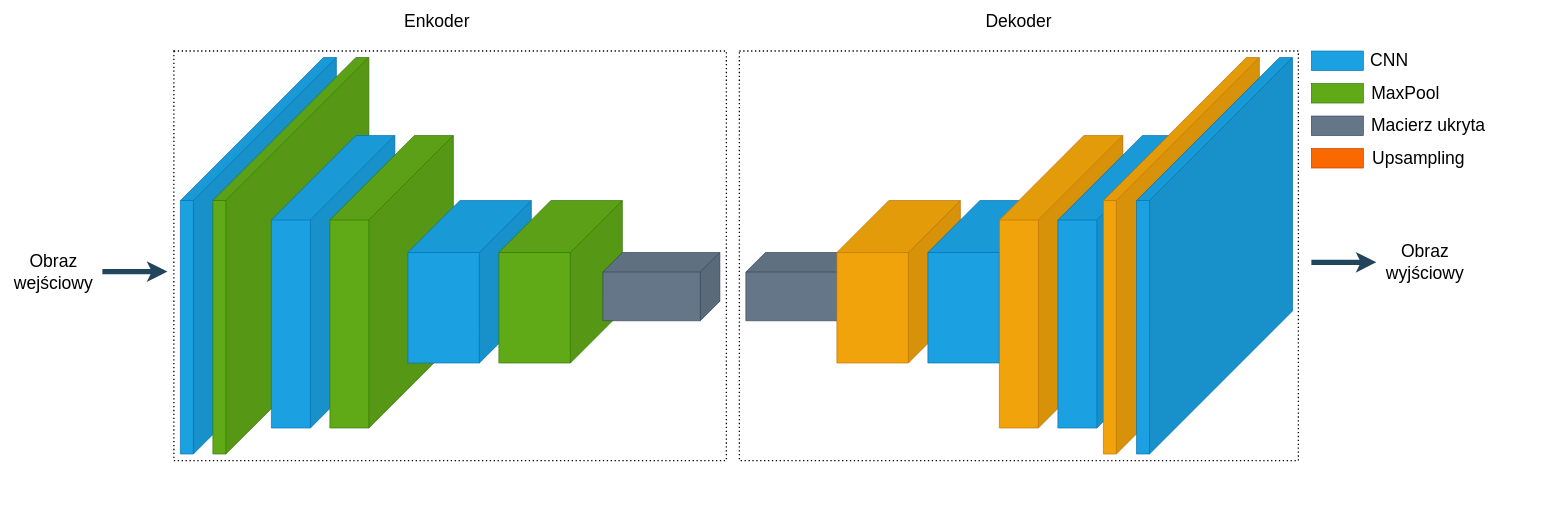
Above: Diagram bez tytułu.drawio in szymciem8/Analysis-of-thyroid-US-images-with-ML (draw.io), before the change. Source tidied: cells renumbered, new cells numbered last; positions are measured from the earlier drawing's top-left corner, leaving out a move shared by most shapes. Both pictures are drawn from the tidied source at 65%, with x=0, y=0 at pixel (11, 12).
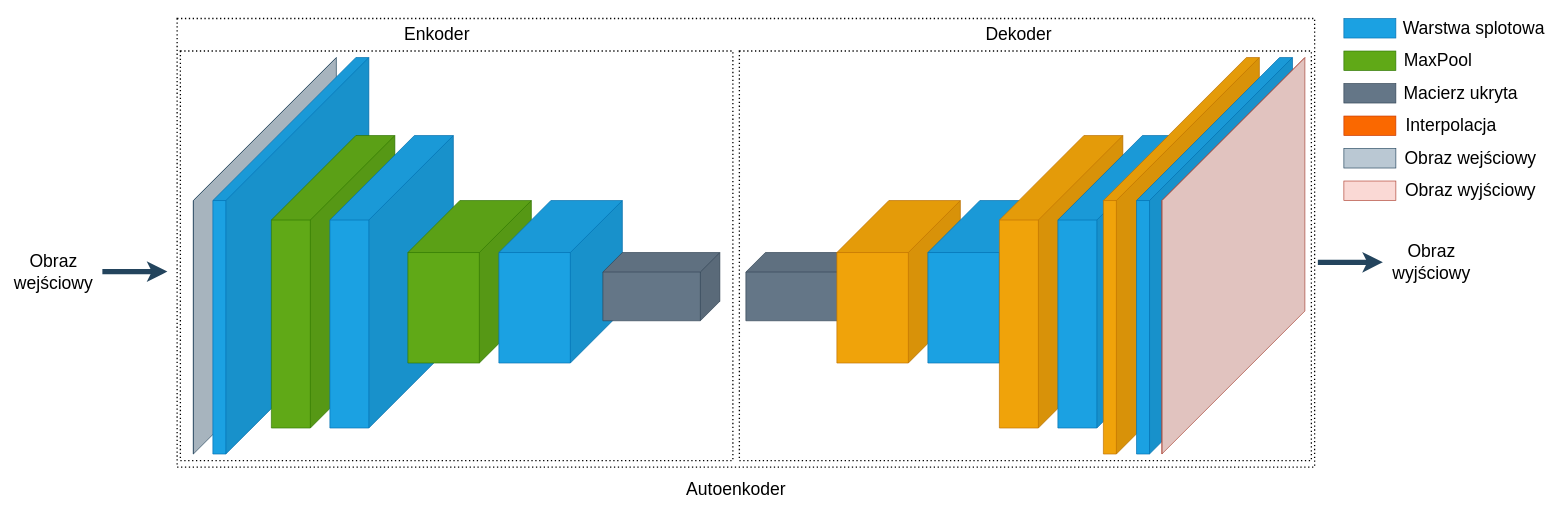
Above is the later version.

Change to the diagram source:
```diff
@@
-    <mxCell id="2" style="shape=cube;whiteSpace=wrap;html=1;boundedLbl=1;backgroundOutline=1;darkOpacity=0.05;darkOpacity2=0.1;direction=east;flipH=1;size=220;labelBackgroundColor=none;fillColor=#1ba1e2;strokeColor=#006EAF;fontColor=#ffffff;" parent="1" vertex="1">
-      <mxGeometry x="260" y="70" width="240" height="610" as="geometry" />
+    <mxCell id="2" style="shape=cube;whiteSpace=wrap;html=1;boundedLbl=1;backgroundOutline=1;darkOpacity=0.05;darkOpacity2=0.1;direction=east;flipH=1;size=220;labelBackgroundColor=none;fillColor=#bac8d3;strokeColor=#23445d;" parent="1" vertex="1">
+      <mxGeometry x="280" y="70" width="220" height="610" as="geometry" />
     </mxCell>
-    <mxCell id="3" style="shape=cube;whiteSpace=wrap;html=1;boundedLbl=1;backgroundOutline=1;darkOpacity=0.05;darkOpacity2=0.1;direction=east;flipH=1;size=220;labelBackgroundColor=none;fillColor=#60a917;strokeColor=#2D7600;fontColor=#ffffff;" parent="1" vertex="1">
+    <mxCell id="3" style="shape=cube;whiteSpace=wrap;html=1;boundedLbl=1;backgroundOutline=1;darkOpacity=0.05;darkOpacity2=0.1;direction=east;flipH=1;size=220;labelBackgroundColor=none;fillColor=#1ba1e2;strokeColor=#006EAF;fontColor=#ffffff;" parent="1" vertex="1">
       <mxGeometry x="310" y="70" width="240" height="610" as="geometry" />
     </mxCell>
-    <mxCell id="4" style="shape=cube;whiteSpace=wrap;html=1;boundedLbl=1;backgroundOutline=1;darkOpacity=0.05;darkOpacity2=0.1;direction=east;flipH=1;size=130;labelBackgroundColor=none;fillColor=#1ba1e2;strokeColor=#006EAF;fontColor=#ffffff;" parent="1" vertex="1">
+    <mxCell id="4" style="shape=cube;whiteSpace=wrap;html=1;boundedLbl=1;backgroundOutline=1;darkOpacity=0.05;darkOpacity2=0.1;direction=east;flipH=1;size=130;labelBackgroundColor=none;fillColor=#60a917;strokeColor=#2D7600;fontColor=#ffffff;" parent="1" vertex="1">
       <mxGeometry x="400" y="190" width="190" height="450" as="geometry" />
     </mxCell>
-    <mxCell id="5" style="shape=cube;whiteSpace=wrap;html=1;boundedLbl=1;backgroundOutline=1;darkOpacity=0.05;darkOpacity2=0.1;direction=east;flipH=1;size=130;labelBackgroundColor=none;fillColor=#60a917;strokeColor=#2D7600;fontColor=#ffffff;" parent="1" vertex="1">
+    <mxCell id="5" style="shape=cube;whiteSpace=wrap;html=1;boundedLbl=1;backgroundOutline=1;darkOpacity=0.05;darkOpacity2=0.1;direction=east;flipH=1;size=130;labelBackgroundColor=none;fillColor=#1ba1e2;strokeColor=#006EAF;fontColor=#ffffff;" parent="1" vertex="1">
       <mxGeometry x="490" y="190" width="190" height="450" as="geometry" />
     </mxCell>
-    <mxCell id="6" style="shape=cube;whiteSpace=wrap;html=1;boundedLbl=1;backgroundOutline=1;darkOpacity=0.05;darkOpacity2=0.1;direction=east;flipH=1;size=80;labelBackgroundColor=none;fillColor=#1ba1e2;strokeColor=#006EAF;fontColor=#ffffff;" parent="1" vertex="1">
+    <mxCell id="6" style="shape=cube;whiteSpace=wrap;html=1;boundedLbl=1;backgroundOutline=1;darkOpacity=0.05;darkOpacity2=0.1;direction=east;flipH=1;size=80;labelBackgroundColor=none;fillColor=#60a917;strokeColor=#2D7600;fontColor=#ffffff;" parent="1" vertex="1">
       <mxGeometry x="610" y="290" width="190" height="250" as="geometry" />
     </mxCell>
-    <mxCell id="7" style="shape=cube;whiteSpace=wrap;html=1;boundedLbl=1;backgroundOutline=1;darkOpacity=0.05;darkOpacity2=0.1;direction=east;flipH=1;size=80;labelBackgroundColor=none;fillColor=#60a917;strokeColor=#2D7600;fontColor=#ffffff;" parent="1" vertex="1">
+    <mxCell id="7" style="shape=cube;whiteSpace=wrap;html=1;boundedLbl=1;backgroundOutline=1;darkOpacity=0.05;darkOpacity2=0.1;direction=east;flipH=1;size=80;labelBackgroundColor=none;fillColor=#1ba1e2;strokeColor=#006EAF;fontColor=#ffffff;" parent="1" vertex="1">
       <mxGeometry x="750" y="290" width="190" height="250" as="geometry" />
     </mxCell>
@@
     <mxCell id="17" style="rounded=0;whiteSpace=wrap;html=1;strokeColor=#000000;fontColor=#FFFFFF;fillColor=none;strokeWidth=2;dashed=1;dashPattern=1 2;" parent="1" vertex="1">
-      <mxGeometry x="1120" y="60" width="860" height="630" as="geometry" />
+      <mxGeometry x="1120" y="60" width="880" height="630" as="geometry" />
     </mxCell>
     <mxCell id="18" style="rounded=0;whiteSpace=wrap;html=1;strokeColor=#000000;fontColor=#FFFFFF;fillColor=none;strokeWidth=2;dashed=1;dashPattern=1 2;" parent="1" vertex="1">
-      <mxGeometry x="250" y="60" width="850" height="630" as="geometry" />
+      <mxGeometry x="260" y="60" width="850" height="630" as="geometry" />
     </mxCell>
@@
     <mxCell id="20" value="&lt;font style=&quot;font-size: 27px;&quot; color=&quot;#000000&quot;&gt;Enkoder&lt;/font&gt;" style="text;html=1;strokeColor=none;fillColor=none;align=center;verticalAlign=middle;whiteSpace=wrap;rounded=0;fontColor=#FFFFFF;" parent="1" vertex="1">
-      <mxGeometry x="590" width="130" height="30" as="geometry" />
+      <mxGeometry x="590" y="20" width="130" height="30" as="geometry" />
     </mxCell>
     <mxCell id="21" value="&lt;font style=&quot;font-size: 27px;&quot; color=&quot;#000000&quot;&gt;Dekoder&lt;/font&gt;" style="text;html=1;strokeColor=none;fillColor=none;align=center;verticalAlign=middle;whiteSpace=wrap;rounded=0;fontColor=#FFFFFF;" parent="1" vertex="1">
-      <mxGeometry x="1485" width="130" height="30" as="geometry" />
+      <mxGeometry x="1485" y="20" width="130" height="30" as="geometry" />
     </mxCell>
@@
     <mxCell id="23" value="&lt;font style=&quot;font-size: 27px;&quot; color=&quot;#000000&quot;&gt;Obraz wyjściowy&lt;/font&gt;" style="text;html=1;strokeColor=none;fillColor=none;align=center;verticalAlign=middle;whiteSpace=wrap;rounded=0;fontColor=#FFFFFF;" parent="1" vertex="1">
-      <mxGeometry x="2110" y="370" width="130" height="30" as="geometry" />
+      <mxGeometry x="2120" y="370" width="130" height="30" as="geometry" />
     </mxCell>
@@
     <mxCell id="26" style="endArrow=classic;html=1;rounded=0;strokeColor=#23445D;strokeWidth=8;" parent="1" edge="1">
       <mxGeometry relative="1" as="geometry">
-        <mxPoint x="2000" y="385" as="sourcePoint" />
-        <mxPoint x="2100" y="385" as="targetPoint" />
+        <mxPoint x="2010" y="385" as="sourcePoint" />
+        <mxPoint x="2110" y="385" as="targetPoint" />
       </mxGeometry>
     </mxCell>
     <mxCell id="27" style="rounded=0;whiteSpace=wrap;html=1;strokeColor=#006EAF;fontColor=#ffffff;fillColor=#1ba1e2;" parent="1" vertex="1">
-      <mxGeometry x="2000" y="60" width="80" height="30" as="geometry" />
+      <mxGeometry x="2050" y="10" width="80" height="30" as="geometry" />
     </mxCell>
-    <mxCell id="28" value="&lt;font style=&quot;font-size: 27px;&quot; color=&quot;#000000&quot;&gt;CNN&lt;/font&gt;" style="text;html=1;strokeColor=none;fillColor=none;align=center;verticalAlign=middle;whiteSpace=wrap;rounded=0;fontColor=#FFFFFF;" parent="1" vertex="1">
-      <mxGeometry x="2080" y="60" width="80" height="30" as="geometry" />
+    <mxCell id="28" value="&lt;font color=&quot;#000000&quot;&gt;&lt;span style=&quot;font-size: 27px;&quot;&gt;Warstwa splotowa&lt;/span&gt;&lt;/font&gt;" style="text;html=1;strokeColor=none;fillColor=none;align=center;verticalAlign=middle;whiteSpace=wrap;rounded=0;fontColor=#FFFFFF;" parent="1" vertex="1">
+      <mxGeometry x="2130" y="10" width="240" height="30" as="geometry" />
     </mxCell>
     <mxCell id="29" style="rounded=0;whiteSpace=wrap;html=1;strokeColor=#2D7600;fontColor=#ffffff;fillColor=#60a917;" parent="1" vertex="1">
-      <mxGeometry x="2000" y="110" width="80" height="30" as="geometry" />
+      <mxGeometry x="2050" y="60" width="80" height="30" as="geometry" />
     </mxCell>
     <mxCell id="30" value="&lt;font style=&quot;font-size: 27px;&quot; color=&quot;#000000&quot;&gt;MaxPool&lt;/font&gt;" style="text;html=1;strokeColor=none;fillColor=none;align=center;verticalAlign=middle;whiteSpace=wrap;rounded=0;fontColor=#FFFFFF;" parent="1" vertex="1">
-      <mxGeometry x="2080" y="110" width="130" height="30" as="geometry" />
+      <mxGeometry x="2130" y="60" width="130" height="30" as="geometry" />
     </mxCell>
     <mxCell id="31" style="rounded=0;whiteSpace=wrap;html=1;strokeColor=#314354;fontColor=#ffffff;fillColor=#647687;" parent="1" vertex="1">
-      <mxGeometry x="2000" y="160" width="80" height="30" as="geometry" />
+      <mxGeometry x="2050" y="110" width="80" height="30" as="geometry" />
     </mxCell>
     <mxCell id="32" value="&lt;font style=&quot;font-size: 27px;&quot; color=&quot;#000000&quot;&gt;Macierz ukryta&lt;/font&gt;" style="text;html=1;strokeColor=none;fillColor=none;align=center;verticalAlign=middle;whiteSpace=wrap;rounded=0;fontColor=#FFFFFF;" parent="1" vertex="1">
-      <mxGeometry x="2080" y="160" width="200" height="30" as="geometry" />
+      <mxGeometry x="2130" y="110" width="200" height="30" as="geometry" />
     </mxCell>
     <mxCell id="33" style="rounded=0;whiteSpace=wrap;html=1;strokeColor=#C73500;fontColor=#000000;fillColor=#fa6800;" parent="1" vertex="1">
-      <mxGeometry x="2000" y="210" width="80" height="30" as="geometry" />
+      <mxGeometry x="2050" y="160" width="80" height="30" as="geometry" />
     </mxCell>
-    <mxCell id="34" value="&lt;font style=&quot;font-size: 27px;&quot; color=&quot;#000000&quot;&gt;Upsampling&lt;/font&gt;" style="text;html=1;strokeColor=none;fillColor=none;align=center;verticalAlign=middle;whiteSpace=wrap;rounded=0;fontColor=#FFFFFF;" parent="1" vertex="1">
-      <mxGeometry x="2080" y="210" width="170" height="30" as="geometry" />
+    <mxCell id="34" value="&lt;font style=&quot;font-size: 27px;&quot; color=&quot;#000000&quot;&gt;Interpolacja&lt;/font&gt;" style="text;html=1;strokeColor=none;fillColor=none;align=center;verticalAlign=middle;whiteSpace=wrap;rounded=0;fontColor=#FFFFFF;" parent="1" vertex="1">
+      <mxGeometry x="2130" y="160" width="170" height="30" as="geometry" />
     </mxCell>
+    <mxCell id="35" style="rounded=0;whiteSpace=wrap;html=1;strokeColor=#000000;fontColor=#FFFFFF;fillColor=none;strokeWidth=2;dashed=1;dashPattern=1 2;" parent="1" vertex="1">
+      <mxGeometry x="255" y="10" width="1750" height="690" as="geometry" />
+    </mxCell>
+    <mxCell id="36" value="&lt;font style=&quot;font-size: 27px;&quot; color=&quot;#000000&quot;&gt;Autoenkoder&lt;/font&gt;" style="text;html=1;strokeColor=none;fillColor=none;align=center;verticalAlign=middle;whiteSpace=wrap;rounded=0;fontColor=#FFFFFF;" parent="1" vertex="1">
+      <mxGeometry x="1050" y="720" width="130" height="30" as="geometry" />
+    </mxCell>
+    <mxCell id="37" style="rounded=0;whiteSpace=wrap;html=1;strokeColor=#23445d;fillColor=#bac8d3;" parent="1" vertex="1">
+      <mxGeometry x="2050" y="210" width="80" height="30" as="geometry" />
+    </mxCell>
+    <mxCell id="38" value="&lt;font style=&quot;font-size: 27px;&quot; color=&quot;#000000&quot;&gt;Obraz wejściowy&lt;/font&gt;" style="text;html=1;strokeColor=none;fillColor=none;align=center;verticalAlign=middle;whiteSpace=wrap;rounded=0;fontColor=#FFFFFF;" parent="1" vertex="1">
+      <mxGeometry x="2130" y="210" width="230" height="30" as="geometry" />
+    </mxCell>
+    <mxCell id="39" style="shape=cube;whiteSpace=wrap;html=1;boundedLbl=1;backgroundOutline=1;darkOpacity=0.05;darkOpacity2=0.1;direction=east;flipH=1;size=220;labelBackgroundColor=none;fillColor=#fad9d5;strokeColor=#ae4132;" parent="1" vertex="1">
+      <mxGeometry x="1770" y="70" width="220" height="610" as="geometry" />
+    </mxCell>
+    <mxCell id="40" style="rounded=0;whiteSpace=wrap;html=1;strokeColor=#ae4132;fillColor=#fad9d5;" parent="1" vertex="1">
+      <mxGeometry x="2050" y="260" width="80" height="30" as="geometry" />
+    </mxCell>
+    <mxCell id="41" value="&lt;font style=&quot;font-size: 27px;&quot; color=&quot;#000000&quot;&gt;Obraz wyjściowy&lt;/font&gt;" style="text;html=1;strokeColor=none;fillColor=none;align=center;verticalAlign=middle;whiteSpace=wrap;rounded=0;fontColor=#FFFFFF;" parent="1" vertex="1">
+      <mxGeometry x="2130" y="260" width="230" height="30" as="geometry" />
+    </mxCell>
```
